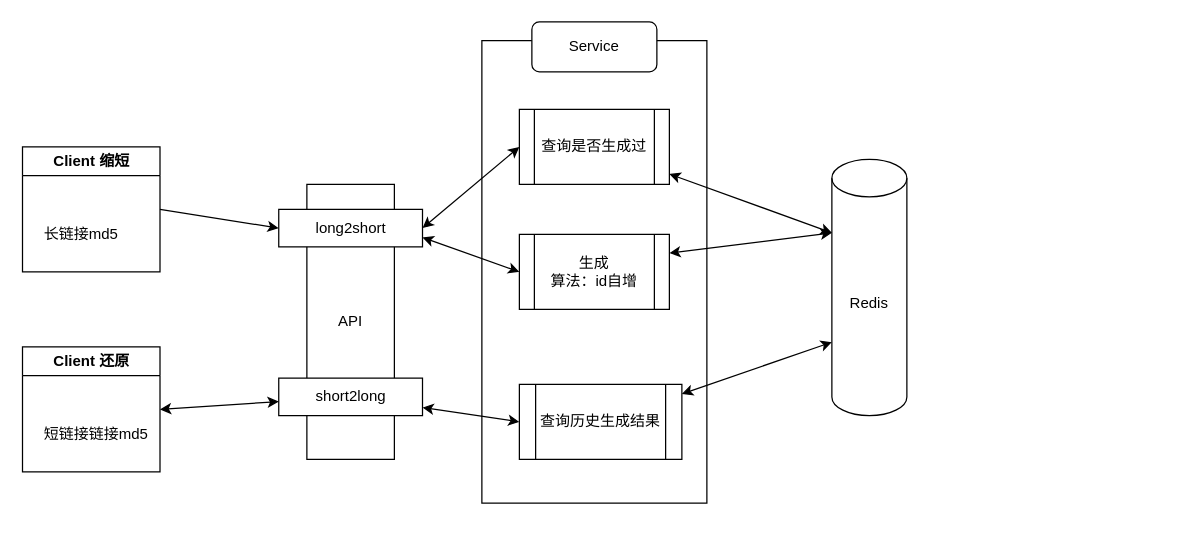
Before: fullstack/server/architecture.drawio in hongshancapital/interview-assignments, a draw.io diagram. Source tidied: cells renumbered, new cells numbered last; positions are measured from the earlier drawing's top-left corner, leaving out a move shared by most shapes. Both pictures are drawn from the tidied source at 125%, with x=0, y=0 at pixel (21, 21).
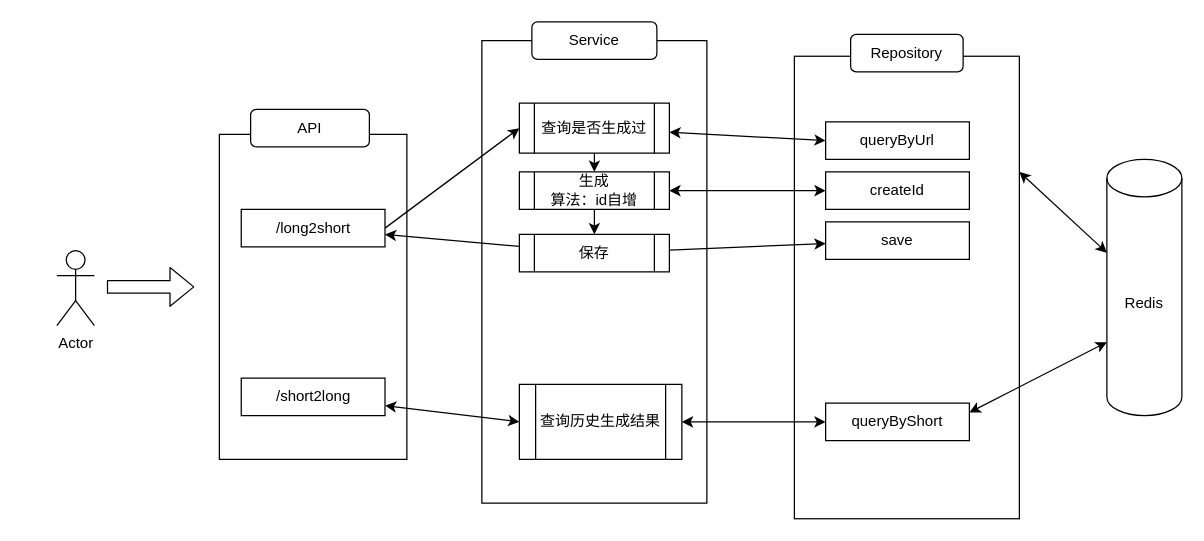
The same diagram, later.

Commit message (it also covers changes not shown here):
feat: add sqlite repository & tests

Unchanged cells that the change refers to:
```xml
<mxCell id="19" value="查询历史生成结果" style="shape=process;whiteSpace=wrap;html=1;backgroundOutline=1;" parent="1" vertex="1">
  <mxGeometry x="398" y="290" width="130" height="60" as="geometry" />
</mxCell>
```

The edit, as a diff of the source:
```diff
@@
+    <mxCell id="23" style="edgeStyle=none;html=1;startArrow=classic;startFill=1;exitX=1;exitY=0.25;exitDx=0;exitDy=0;" parent="1" edge="1" source="24" target="8">
+      <mxGeometry relative="1" as="geometry" />
+    </mxCell>
+    <mxCell id="24" style="rounded=0;whiteSpace=wrap;html=1;" parent="1" vertex="1">
+      <mxGeometry x="618" y="27.5" width="180" height="370" as="geometry" />
+    </mxCell>
@@
+    <mxCell id="4" style="rounded=0;whiteSpace=wrap;html=1;" parent="1" vertex="1">
+      <mxGeometry x="158" y="90" width="150" height="260" as="geometry" />
+    </mxCell>
-    <mxCell id="3" style="edgeStyle=none;html=1;entryX=0;entryY=0.5;entryDx=0;entryDy=0;startArrow=classic;startFill=1;exitX=1;exitY=0.5;exitDx=0;exitDy=0;" parent="1" edge="1" source="11" target="10">
+    <mxCell id="3" style="edgeStyle=none;html=1;entryX=0;entryY=0.5;entryDx=0;entryDy=0;startArrow=none;startFill=0;exitX=1;exitY=0.5;exitDx=0;exitDy=0;" parent="1" edge="1" source="11" target="10">
       <mxGeometry relative="1" as="geometry" />
     </mxCell>
-    <mxCell id="4" value="API" style="rounded=0;whiteSpace=wrap;html=1;" parent="1" vertex="1">
-      <mxGeometry x="228" y="130" width="70" height="220" as="geometry" />
-    </mxCell>
-    <mxCell id="5" style="endArrow=classic;startArrow=none;html=1;startFill=0;exitX=1;exitY=0.5;exitDx=0;exitDy=0;entryX=0;entryY=0.5;entryDx=0;entryDy=0;" parent="1" edge="1" source="6" target="11">
-      <mxGeometry relative="1" as="geometry" />
-    </mxCell>
-    <mxCell id="6" value="Client 缩短" style="swimlane;whiteSpace=wrap;html=1;startSize=23;" parent="1" vertex="1">
-      <mxGeometry x="0.5" y="100" width="110" height="100" as="geometry" />
-    </mxCell>
-    <mxCell id="7" value="长链接md5" style="text;html=1;align=left;verticalAlign=middle;strokeColor=none;fillColor=none;" parent="6" vertex="1">
-      <mxGeometry x="15" y="55" width="80" height="30" as="geometry" />
-    </mxCell>
     <mxCell id="8" value="Redis" style="shape=cylinder3;whiteSpace=wrap;html=1;boundedLbl=1;backgroundOutline=1;size=15;" parent="1" vertex="1">
-      <mxGeometry x="648" y="110" width="60" height="205" as="geometry" />
+      <mxGeometry x="868" y="110" width="60" height="205" as="geometry" />
     </mxCell>
-    <mxCell id="9" style="edgeStyle=none;html=1;startArrow=classic;startFill=1;entryX=0;entryY=0;entryDx=0;entryDy=58.75;entryPerimeter=0;" parent="1" edge="1" source="10" target="8">
-      <mxGeometry relative="1" as="geometry" />
-    </mxCell>
+    <mxCell id="25" style="edgeStyle=none;html=1;entryX=0;entryY=0.5;entryDx=0;entryDy=0;startArrow=classic;startFill=1;" parent="1" edge="1" source="10" target="31">
+      <mxGeometry relative="1" as="geometry" />
+    </mxCell>
+    <mxCell id="26" style="edgeStyle=none;html=1;startArrow=none;startFill=0;" parent="1" edge="1" source="10" target="14">
+      <mxGeometry relative="1" as="geometry" />
+    </mxCell>
     <mxCell id="10" value="查询是否生成过" style="shape=process;whiteSpace=wrap;html=1;backgroundOutline=1;" parent="1" vertex="1">
-      <mxGeometry x="398" y="70" width="120" height="60" as="geometry" />
+      <mxGeometry x="398" y="65" width="120" height="40" as="geometry" />
     </mxCell>
-    <mxCell id="11" value="long2short" style="rounded=0;whiteSpace=wrap;html=1;" parent="1" vertex="1">
-      <mxGeometry x="205.5" y="150" width="115" height="30" as="geometry" />
+    <mxCell id="11" value="/long2short" style="rounded=0;whiteSpace=wrap;html=1;" parent="1" vertex="1">
+      <mxGeometry x="175.5" y="150" width="115" height="30" as="geometry" />
     </mxCell>
-    <mxCell id="12" style="edgeStyle=none;html=1;entryX=0;entryY=0;entryDx=0;entryDy=58.75;entryPerimeter=0;startArrow=classic;startFill=1;exitX=1;exitY=0.25;exitDx=0;exitDy=0;" parent="1" edge="1" source="14" target="8">
-      <mxGeometry relative="1" as="geometry" />
-    </mxCell>
-    <mxCell id="13" style="edgeStyle=none;html=1;entryX=1;entryY=0.75;entryDx=0;entryDy=0;startArrow=classic;startFill=1;exitX=0;exitY=0.5;exitDx=0;exitDy=0;" parent="1" edge="1" source="14" target="11">
-      <mxGeometry relative="1" as="geometry" />
-    </mxCell>
+    <mxCell id="27" style="edgeStyle=none;html=1;startArrow=classic;startFill=1;" parent="1" edge="1" source="14" target="32">
+      <mxGeometry relative="1" as="geometry" />
+    </mxCell>
+    <mxCell id="28" style="edgeStyle=none;html=1;startArrow=none;startFill=0;" parent="1" edge="1" source="14" target="38">
+      <mxGeometry relative="1" as="geometry" />
+    </mxCell>
     <mxCell id="14" value="生成&lt;br&gt;算法：id自增" style="shape=process;whiteSpace=wrap;html=1;backgroundOutline=1;" parent="1" vertex="1">
-      <mxGeometry x="398" y="170" width="120" height="60" as="geometry" />
+      <mxGeometry x="398" y="120" width="120" height="30" as="geometry" />
     </mxCell>
@@
-    <mxCell id="16" style="edgeStyle=none;html=1;startArrow=classic;startFill=1;entryX=1;entryY=0.5;entryDx=0;entryDy=0;" parent="1" edge="1" source="17" target="20">
-      <mxGeometry relative="1" as="geometry" />
-    </mxCell>
-    <mxCell id="17" value="short2long" style="rounded=0;whiteSpace=wrap;html=1;" parent="1" vertex="1">
-      <mxGeometry x="205.5" y="285" width="115" height="30" as="geometry" />
+    <mxCell id="17" value="/short2long" style="rounded=0;whiteSpace=wrap;html=1;" parent="1" vertex="1">
+      <mxGeometry x="175.5" y="285" width="115" height="30" as="geometry" />
     </mxCell>
-    <mxCell id="18" style="edgeStyle=none;html=1;entryX=0;entryY=0;entryDx=0;entryDy=146.25;entryPerimeter=0;startArrow=classic;startFill=1;" parent="1" edge="1" source="19" target="8">
-      <mxGeometry relative="1" as="geometry" />
-    </mxCell>
+    <mxCell id="29" style="edgeStyle=none;html=1;startArrow=classic;startFill=1;" parent="1" edge="1" source="19" target="34">
+      <mxGeometry relative="1" as="geometry" />
+    </mxCell>
@@
-    <mxCell id="20" value="Client 还原" style="swimlane;whiteSpace=wrap;html=1;startSize=23;" parent="1" vertex="1">
-      <mxGeometry x="0.5" y="260" width="110" height="100" as="geometry" />
-    </mxCell>
-    <mxCell id="21" value="短链接链接md5" style="text;html=1;align=left;verticalAlign=middle;strokeColor=none;fillColor=none;" parent="20" vertex="1">
-      <mxGeometry x="15" y="55" width="110" height="30" as="geometry" />
-    </mxCell>
     <mxCell id="22" value="Service" style="rounded=1;whiteSpace=wrap;html=1;" parent="1" vertex="1">
-      <mxGeometry x="408" width="100" height="40" as="geometry" />
+      <mxGeometry x="408" width="100" height="30" as="geometry" />
     </mxCell>
+    <mxCell id="30" value="Repository" style="rounded=1;whiteSpace=wrap;html=1;" parent="1" vertex="1">
+      <mxGeometry x="663" y="10" width="90" height="30" as="geometry" />
+    </mxCell>
+    <mxCell id="31" value="queryByUrl" style="rounded=0;whiteSpace=wrap;html=1;" parent="1" vertex="1">
+      <mxGeometry x="643" y="80" width="115" height="30" as="geometry" />
+    </mxCell>
+    <mxCell id="32" value="createId" style="rounded=0;whiteSpace=wrap;html=1;" parent="1" vertex="1">
+      <mxGeometry x="643" y="120" width="115" height="30" as="geometry" />
+    </mxCell>
+    <mxCell id="33" style="edgeStyle=none;html=1;entryX=0;entryY=0;entryDx=0;entryDy=146.25;entryPerimeter=0;startArrow=classic;startFill=1;exitX=1;exitY=0.25;exitDx=0;exitDy=0;" parent="1" edge="1" source="34" target="8">
+      <mxGeometry relative="1" as="geometry" />
+    </mxCell>
+    <mxCell id="34" value="queryByShort" style="rounded=0;whiteSpace=wrap;html=1;" parent="1" vertex="1">
+      <mxGeometry x="643" y="305" width="115" height="30" as="geometry" />
+    </mxCell>
+    <mxCell id="35" value="save" style="rounded=0;whiteSpace=wrap;html=1;" parent="1" vertex="1">
+      <mxGeometry x="643" y="160" width="115" height="30" as="geometry" />
+    </mxCell>
+    <mxCell id="36" style="edgeStyle=none;html=1;startArrow=none;startFill=0;" parent="1" edge="1" source="38" target="35">
+      <mxGeometry relative="1" as="geometry" />
+    </mxCell>
+    <mxCell id="37" style="edgeStyle=none;html=1;startArrow=none;startFill=0;" parent="1" edge="1" source="38" target="11">
+      <mxGeometry relative="1" as="geometry" />
+    </mxCell>
+    <mxCell id="38" value="保存" style="shape=process;whiteSpace=wrap;html=1;backgroundOutline=1;" parent="1" vertex="1">
+      <mxGeometry x="398" y="170" width="120" height="30" as="geometry" />
+    </mxCell>
+    <mxCell id="39" value="API" style="rounded=1;whiteSpace=wrap;html=1;" parent="1" vertex="1">
+      <mxGeometry x="183" y="70" width="95" height="30" as="geometry" />
+    </mxCell>
+    <mxCell id="40" style="shape=flexArrow;endArrow=classic;html=1;" parent="1" edge="1">
+      <mxGeometry relative="1" as="geometry">
+        <mxPoint x="68" y="212" as="sourcePoint" />
+        <mxPoint x="138" y="212" as="targetPoint" />
+      </mxGeometry>
+    </mxCell>
+    <mxCell id="41" value="Actor" style="shape=umlActor;verticalLabelPosition=bottom;verticalAlign=top;html=1;" parent="1" vertex="1">
+      <mxGeometry x="28" y="183" width="30" height="60" as="geometry" />
+    </mxCell>
```
